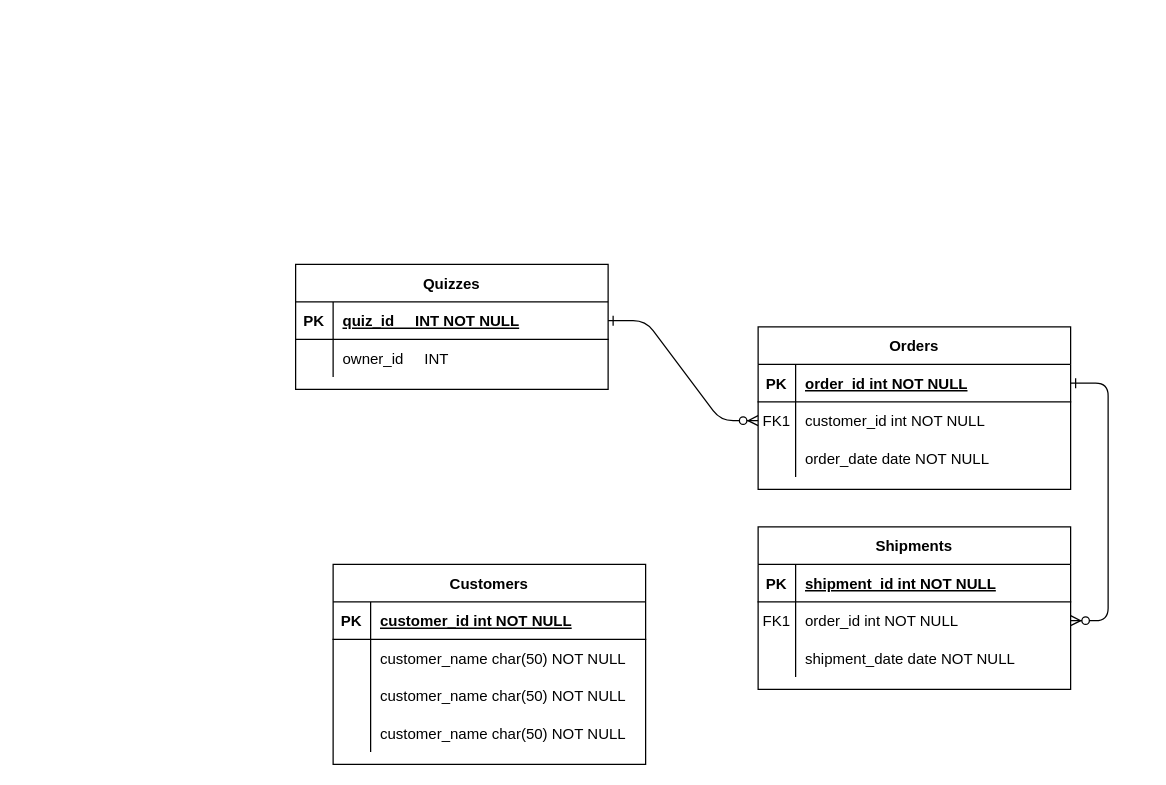
Before: Untitled Diagram.drawio in Mveer100/LightBnB, a draw.io diagram. Source tidied: cells renumbered, new cells numbered last; positions are measured from the earlier drawing's top-left corner, leaving out a move shared by most shapes. Both pictures are drawn from the tidied source at 125%, with x=0, y=0 at pixel (295, 264).
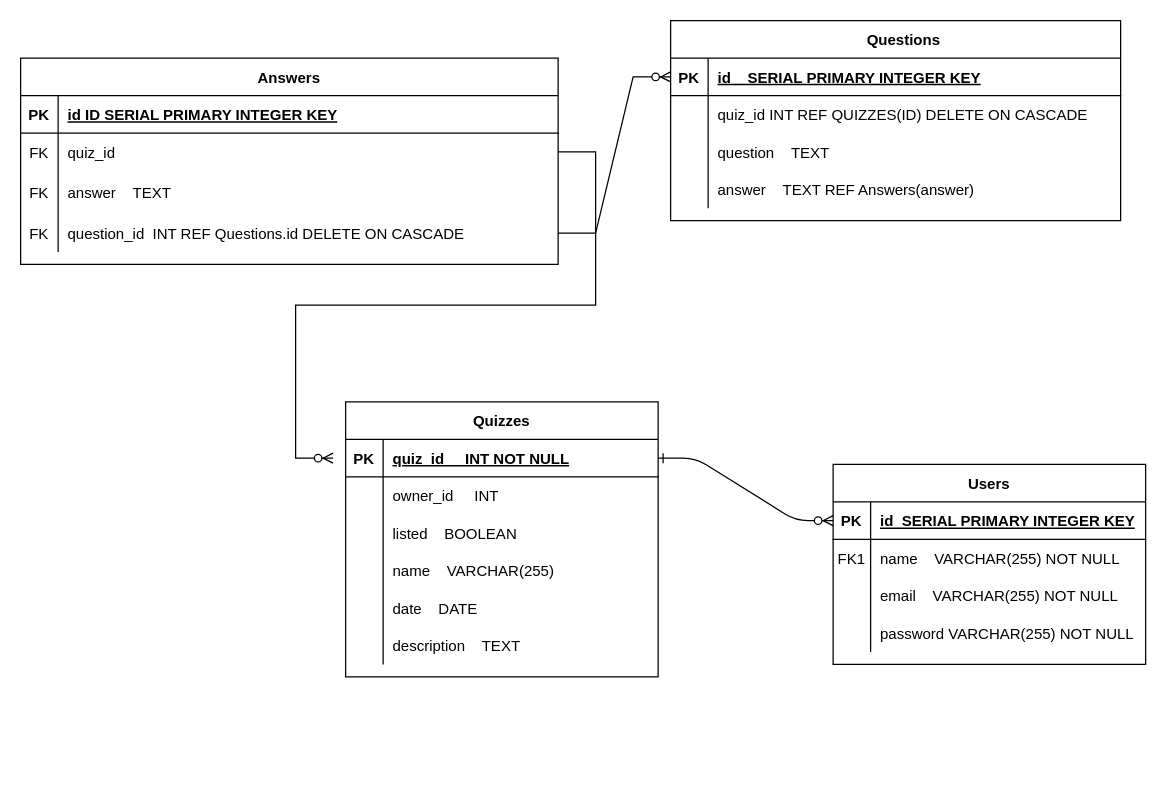
The same diagram, later.

The change refers to these unchanged cells:
```xml
<mxCell id="5" style="shape=partialRectangle;fillColor=none;points=[[0,0.5],[1,0.5]];portConstraint=eastwest;top=0;left=0;right=0;bottom=1;" parent="4" vertex="1">
  <mxGeometry y="30" width="250" height="30" as="geometry" />
</mxCell>
<mxCell id="8" style="shape=partialRectangle;fillColor=none;points=[[0,0.5],[1,0.5]];portConstraint=eastwest;top=0;left=0;right=0;bottom=0;" parent="4" vertex="1">
  <mxGeometry y="60" width="250" height="30" as="geometry" />
</mxCell>
<mxCell id="25" style="shape=partialRectangle;fillColor=none;points=[[0,0.5],[1,0.5]];portConstraint=eastwest;top=0;left=0;right=0;bottom=1;" parent="24" vertex="1">
  <mxGeometry y="30" width="250" height="30" as="geometry" />
</mxCell>
```

What changed in the source:
```diff
@@
-    <mxCell id="2" style="edgeStyle=entityRelationEdgeStyle;endArrow=ERzeroToMany;startArrow=ERone;endFill=1;startFill=0;" parent="1" edge="1" source="25" target="8">
+    <mxCell id="2" style="edgeStyle=entityRelationEdgeStyle;endArrow=ERzeroToMany;startArrow=ERone;endFill=1;startFill=0;entryX=0;entryY=0.5;entryDx=0;entryDy=0;" parent="1" edge="1" source="25" target="5">
       <mxGeometry relative="1" as="geometry" />
     </mxCell>
-    <mxCell id="3" style="edgeStyle=entityRelationEdgeStyle;endArrow=ERzeroToMany;startArrow=ERone;endFill=1;startFill=0;" parent="1" edge="1" source="5" target="18">
-      <mxGeometry relative="1" as="geometry" />
-    </mxCell>
-    <mxCell id="4" value="Orders" style="shape=table;startSize=30;childLayout=tableLayout;rowLines=0;fontStyle=1;align=center;" parent="1" vertex="1">
-      <mxGeometry x="370" y="50" width="250" height="130" as="geometry" />
+    <mxCell id="4" value="Users" style="shape=table;startSize=30;childLayout=tableLayout;rowLines=0;fontStyle=1;align=center;" parent="1" vertex="1">
+      <mxGeometry x="430" y="160" width="250" height="160" as="geometry" />
     </mxCell>
@@
-    <mxCell id="7" value="order_id int NOT NULL " style="shape=partialRectangle;overflow=hidden;fillColor=none;top=0;left=0;bottom=0;right=0;align=left;spacingLeft=6;fontStyle=5;" parent="5" vertex="1">
+    <mxCell id="7" value="id  SERIAL PRIMARY INTEGER KEY" style="shape=partialRectangle;overflow=hidden;fillColor=none;top=0;left=0;bottom=0;right=0;align=left;spacingLeft=6;fontStyle=5;" parent="5" vertex="1">
       <mxGeometry x="30" width="220" height="30" as="geometry" />
     </mxCell>
@@
-    <mxCell id="10" value="customer_id int NOT NULL" style="shape=partialRectangle;overflow=hidden;fillColor=none;top=0;left=0;bottom=0;right=0;align=left;spacingLeft=6;" parent="8" vertex="1">
+    <mxCell id="10" value="name    VARCHAR(255) NOT NULL" style="shape=partialRectangle;overflow=hidden;fillColor=none;top=0;left=0;bottom=0;right=0;align=left;spacingLeft=6;" parent="8" vertex="1">
       <mxGeometry x="30" width="220" height="30" as="geometry" />
     </mxCell>
+    <mxCell id="44" style="shape=partialRectangle;fillColor=none;top=0;left=0;right=0;bottom=0;" parent="4" vertex="1">
+      <mxGeometry y="90" width="250" height="30" as="geometry" />
+    </mxCell>
+    <mxCell id="45" style="shape=partialRectangle;overflow=hidden;fillColor=none;top=0;left=0;bottom=0;right=0;" parent="44" vertex="1">
+      <mxGeometry width="30" height="30" as="geometry" />
+    </mxCell>
+    <mxCell id="46" value="email    VARCHAR(255) NOT NULL " style="shape=partialRectangle;overflow=hidden;fillColor=none;top=0;left=0;bottom=0;right=0;align=left;spacingLeft=6;" parent="44" vertex="1">
+      <mxGeometry x="30" width="220" height="30" as="geometry" />
+    </mxCell>
     <mxCell id="11" style="shape=partialRectangle;fillColor=none;top=0;left=0;right=0;bottom=0;" parent="4" vertex="1">
-      <mxGeometry y="90" width="250" height="30" as="geometry" />
+      <mxGeometry y="120" width="250" height="30" as="geometry" />
     </mxCell>
@@
-    <mxCell id="13" value="order_date date NOT NULL" style="shape=partialRectangle;overflow=hidden;fillColor=none;top=0;left=0;bottom=0;right=0;align=left;spacingLeft=6;" parent="11" vertex="1">
+    <mxCell id="13" value="password VARCHAR(255) NOT NULL" style="shape=partialRectangle;overflow=hidden;fillColor=none;top=0;left=0;bottom=0;right=0;align=left;spacingLeft=6;" parent="11" vertex="1">
       <mxGeometry x="30" width="220" height="30" as="geometry" />
     </mxCell>
-    <mxCell id="14" value="Shipments" style="shape=table;startSize=30;childLayout=tableLayout;rowLines=0;fontStyle=1;align=center;" parent="1" vertex="1">
-      <mxGeometry x="370" y="210" width="250" height="130" as="geometry" />
+    <mxCell id="14" value="Answers" style="shape=table;startSize=30;childLayout=tableLayout;rowLines=0;fontStyle=1;align=center;" parent="1" vertex="1">
+      <mxGeometry x="-220" y="-165" width="430" height="165" as="geometry" />
     </mxCell>
     <mxCell id="15" style="shape=partialRectangle;fillColor=none;top=0;left=0;right=0;bottom=1;" parent="14" vertex="1">
-      <mxGeometry y="30" width="250" height="30" as="geometry" />
+      <mxGeometry y="30" width="430" height="30" as="geometry" />
     </mxCell>
@@
-    <mxCell id="17" value="shipment_id int NOT NULL " style="shape=partialRectangle;overflow=hidden;fillColor=none;top=0;left=0;bottom=0;right=0;align=left;spacingLeft=6;fontStyle=5;" parent="15" vertex="1">
-      <mxGeometry x="30" width="220" height="30" as="geometry" />
+    <mxCell id="17" value="id ID SERIAL PRIMARY INTEGER KEY" style="shape=partialRectangle;overflow=hidden;fillColor=none;top=0;left=0;bottom=0;right=0;align=left;spacingLeft=6;fontStyle=5;" parent="15" vertex="1">
+      <mxGeometry x="30" width="400" height="30" as="geometry" />
     </mxCell>
     <mxCell id="18" style="shape=partialRectangle;fillColor=none;points=[[0,0.5],[1,0.5]];portConstraint=eastwest;top=0;left=0;right=0;bottom=0;" parent="14" vertex="1">
-      <mxGeometry y="60" width="250" height="30" as="geometry" />
+      <mxGeometry y="60" width="430" height="30" as="geometry" />
     </mxCell>
-    <mxCell id="19" value="FK1" style="shape=partialRectangle;overflow=hidden;fillColor=none;top=0;left=0;bottom=0;right=0;" parent="18" vertex="1">
+    <mxCell id="19" value="FK" style="shape=partialRectangle;overflow=hidden;fillColor=none;top=0;left=0;bottom=0;right=0;" parent="18" vertex="1">
       <mxGeometry width="30" height="30" as="geometry" />
     </mxCell>
-    <mxCell id="20" value="order_id int NOT NULL" style="shape=partialRectangle;overflow=hidden;fillColor=none;top=0;left=0;bottom=0;right=0;align=left;spacingLeft=6;" parent="18" vertex="1">
-      <mxGeometry x="30" width="220" height="30" as="geometry" />
+    <mxCell id="20" value="quiz_id" style="shape=partialRectangle;overflow=hidden;fillColor=none;top=0;left=0;bottom=0;right=0;align=left;spacingLeft=6;" parent="18" vertex="1">
+      <mxGeometry x="30" width="400" height="30" as="geometry" />
     </mxCell>
     <mxCell id="21" style="shape=partialRectangle;fillColor=none;top=0;left=0;right=0;bottom=0;" parent="14" vertex="1">
-      <mxGeometry y="90" width="250" height="30" as="geometry" />
+      <mxGeometry y="90" width="430" height="35" as="geometry" />
     </mxCell>
-    <mxCell id="22" style="shape=partialRectangle;overflow=hidden;fillColor=none;top=0;left=0;bottom=0;right=0;" parent="21" vertex="1">
-      <mxGeometry width="30" height="30" as="geometry" />
+    <mxCell id="22" value="FK" style="shape=partialRectangle;overflow=hidden;fillColor=none;top=0;left=0;bottom=0;right=0;" parent="21" vertex="1">
+      <mxGeometry width="30" height="35" as="geometry" />
     </mxCell>
-    <mxCell id="23" value="shipment_date date NOT NULL" style="shape=partialRectangle;overflow=hidden;fillColor=none;top=0;left=0;bottom=0;right=0;align=left;spacingLeft=6;" parent="21" vertex="1">
-      <mxGeometry x="30" width="220" height="30" as="geometry" />
+    <mxCell id="23" value="answer    TEXT" style="shape=partialRectangle;overflow=hidden;fillColor=none;top=0;left=0;bottom=0;right=0;align=left;spacingLeft=6;" parent="21" vertex="1">
+      <mxGeometry x="30" width="400" height="35" as="geometry" />
     </mxCell>
+    <mxCell id="47" style="shape=partialRectangle;fillColor=none;points=[[0,0.5],[1,0.5]];portConstraint=eastwest;top=0;left=0;right=0;bottom=0;" parent="14" vertex="1">
+      <mxGeometry y="125" width="430" height="30" as="geometry" />
+    </mxCell>
+    <mxCell id="48" value="FK" style="shape=partialRectangle;overflow=hidden;fillColor=none;top=0;left=0;bottom=0;right=0;" parent="47" vertex="1">
+      <mxGeometry width="30" height="30" as="geometry" />
+    </mxCell>
+    <mxCell id="49" value="question_id  INT REF Questions.id DELETE ON CASCADE" style="shape=partialRectangle;overflow=hidden;fillColor=none;top=0;left=0;bottom=0;right=0;align=left;spacingLeft=6;" parent="47" vertex="1">
+      <mxGeometry x="30" width="400" height="30" as="geometry" />
+    </mxCell>
     <mxCell id="24" value="Quizzes" style="shape=table;startSize=30;childLayout=tableLayout;rowLines=0;fontStyle=1;align=center;" parent="1" vertex="1">
-      <mxGeometry width="250" height="100" as="geometry" />
+      <mxGeometry x="40" y="110" width="250" height="220" as="geometry" />
     </mxCell>
@@
+    <mxCell id="50" style="shape=partialRectangle;fillColor=none;top=0;left=0;right=0;bottom=0;" parent="24" vertex="1">
+      <mxGeometry y="90" width="250" height="30" as="geometry" />
+    </mxCell>
+    <mxCell id="51" style="shape=partialRectangle;overflow=hidden;fillColor=none;top=0;left=0;bottom=0;right=0;" parent="50" vertex="1">
+      <mxGeometry width="30" height="30" as="geometry" />
+    </mxCell>
+    <mxCell id="52" value="listed    BOOLEAN" style="shape=partialRectangle;overflow=hidden;fillColor=none;top=0;left=0;bottom=0;right=0;align=left;spacingLeft=6;fontStyle=0;" parent="50" vertex="1">
+      <mxGeometry x="30" width="220" height="30" as="geometry" />
+    </mxCell>
+    <mxCell id="53" style="shape=partialRectangle;fillColor=none;top=0;left=0;right=0;bottom=0;" parent="24" vertex="1">
+      <mxGeometry y="120" width="250" height="30" as="geometry" />
+    </mxCell>
+    <mxCell id="54" style="shape=partialRectangle;overflow=hidden;fillColor=none;top=0;left=0;bottom=0;right=0;" parent="53" vertex="1">
+      <mxGeometry width="30" height="30" as="geometry" />
+    </mxCell>
+    <mxCell id="55" value="name    VARCHAR(255)" style="shape=partialRectangle;overflow=hidden;fillColor=none;top=0;left=0;bottom=0;right=0;align=left;spacingLeft=6;fontStyle=0;" parent="53" vertex="1">
+      <mxGeometry x="30" width="220" height="30" as="geometry" />
+    </mxCell>
+    <mxCell id="56" style="shape=partialRectangle;fillColor=none;top=0;left=0;right=0;bottom=0;" parent="24" vertex="1">
+      <mxGeometry y="150" width="250" height="30" as="geometry" />
+    </mxCell>
+    <mxCell id="57" style="shape=partialRectangle;overflow=hidden;fillColor=none;top=0;left=0;bottom=0;right=0;" parent="56" vertex="1">
+      <mxGeometry width="30" height="30" as="geometry" />
+    </mxCell>
+    <mxCell id="58" value="date    DATE" style="shape=partialRectangle;overflow=hidden;fillColor=none;top=0;left=0;bottom=0;right=0;align=left;spacingLeft=6;fontStyle=0;" parent="56" vertex="1">
+      <mxGeometry x="30" width="220" height="30" as="geometry" />
+    </mxCell>
+    <mxCell id="59" style="shape=partialRectangle;fillColor=none;top=0;left=0;right=0;bottom=0;" parent="24" vertex="1">
+      <mxGeometry y="180" width="250" height="30" as="geometry" />
+    </mxCell>
+    <mxCell id="60" style="shape=partialRectangle;overflow=hidden;fillColor=none;top=0;left=0;bottom=0;right=0;" parent="59" vertex="1">
+      <mxGeometry width="30" height="30" as="geometry" />
+    </mxCell>
+    <mxCell id="61" value="description    TEXT" style="shape=partialRectangle;overflow=hidden;fillColor=none;top=0;left=0;bottom=0;right=0;align=left;spacingLeft=6;fontStyle=0;" parent="59" vertex="1">
+      <mxGeometry x="30" width="220" height="30" as="geometry" />
+    </mxCell>
-    <mxCell id="31" value="Customers" style="shape=table;startSize=30;childLayout=tableLayout;rowLines=0;fontStyle=1;align=center;" parent="1" vertex="1">
-      <mxGeometry x="30" y="240" width="250" height="160" as="geometry" />
+    <mxCell id="31" value="    Questions" style="shape=table;startSize=30;childLayout=tableLayout;rowLines=0;fontStyle=1;align=center;" parent="1" vertex="1">
+      <mxGeometry x="300" y="-195" width="360" height="160" as="geometry" />
     </mxCell>
     <mxCell id="32" style="shape=partialRectangle;fillColor=none;points=[[0,0.5],[1,0.5]];portConstraint=eastwest;top=0;left=0;right=0;bottom=1;" parent="31" vertex="1">
-      <mxGeometry y="30" width="250" height="30" as="geometry" />
+      <mxGeometry y="30" width="360" height="30" as="geometry" />
     </mxCell>
@@
-    <mxCell id="34" value="customer_id int NOT NULL " style="shape=partialRectangle;overflow=hidden;fillColor=none;top=0;left=0;bottom=0;right=0;align=left;spacingLeft=6;fontStyle=5;" parent="32" vertex="1">
-      <mxGeometry x="30" width="220" height="30" as="geometry" />
+    <mxCell id="34" value="id    SERIAL PRIMARY INTEGER KEY" style="shape=partialRectangle;overflow=hidden;fillColor=none;top=0;left=0;bottom=0;right=0;align=left;spacingLeft=6;fontStyle=5;" parent="32" vertex="1">
+      <mxGeometry x="30" width="330" height="30" as="geometry" />
     </mxCell>
     <mxCell id="35" style="shape=partialRectangle;fillColor=none;top=0;left=0;right=0;bottom=0;" parent="31" vertex="1">
-      <mxGeometry y="60" width="250" height="30" as="geometry" />
+      <mxGeometry y="60" width="360" height="30" as="geometry" />
     </mxCell>
@@
-    <mxCell id="37" value="customer_name char(50) NOT NULL" style="shape=partialRectangle;overflow=hidden;fillColor=none;top=0;left=0;bottom=0;right=0;align=left;spacingLeft=6;" parent="35" vertex="1">
-      <mxGeometry x="30" width="220" height="30" as="geometry" />
+    <mxCell id="37" value="quiz_id INT REF QUIZZES(ID) DELETE ON CASCADE" style="shape=partialRectangle;overflow=hidden;fillColor=none;top=0;left=0;bottom=0;right=0;align=left;spacingLeft=6;" parent="35" vertex="1">
+      <mxGeometry x="30" width="330" height="30" as="geometry" />
     </mxCell>
     <mxCell id="38" style="shape=partialRectangle;fillColor=none;top=0;left=0;right=0;bottom=0;" parent="31" vertex="1">
-      <mxGeometry y="90" width="250" height="30" as="geometry" />
+      <mxGeometry y="90" width="360" height="30" as="geometry" />
     </mxCell>
@@
-    <mxCell id="40" value="customer_name char(50) NOT NULL" style="shape=partialRectangle;overflow=hidden;fillColor=none;top=0;left=0;bottom=0;right=0;align=left;spacingLeft=6;" parent="38" vertex="1">
-      <mxGeometry x="30" width="220" height="30" as="geometry" />
+    <mxCell id="40" value="question    TEXT" style="shape=partialRectangle;overflow=hidden;fillColor=none;top=0;left=0;bottom=0;right=0;align=left;spacingLeft=6;" parent="38" vertex="1">
+      <mxGeometry x="30" width="330" height="30" as="geometry" />
     </mxCell>
     <mxCell id="41" style="shape=partialRectangle;fillColor=none;top=0;left=0;right=0;bottom=0;" parent="31" vertex="1">
-      <mxGeometry y="120" width="250" height="30" as="geometry" />
+      <mxGeometry y="120" width="360" height="30" as="geometry" />
     </mxCell>
@@
-    <mxCell id="43" value="customer_name char(50) NOT NULL" style="shape=partialRectangle;overflow=hidden;fillColor=none;top=0;left=0;bottom=0;right=0;align=left;spacingLeft=6;" parent="41" vertex="1">
-      <mxGeometry x="30" width="220" height="30" as="geometry" />
+    <mxCell id="43" value="answer    TEXT REF Answers(answer)" style="shape=partialRectangle;overflow=hidden;fillColor=none;top=0;left=0;bottom=0;right=0;align=left;spacingLeft=6;" parent="41" vertex="1">
+      <mxGeometry x="30" width="330" height="30" as="geometry" />
     </mxCell>
+    <mxCell id="62" style="edgeStyle=entityRelationEdgeStyle;fontSize=12;html=1;endArrow=ERzeroToMany;endFill=1;rounded=0;entryX=0;entryY=0.5;entryDx=0;entryDy=0;" parent="1" edge="1" source="47" target="32">
+      <mxGeometry relative="1" as="geometry" />
+    </mxCell>
+    <mxCell id="63" style="edgeStyle=entityRelationEdgeStyle;fontSize=12;html=1;endArrow=ERzeroToMany;endFill=1;rounded=0;" parent="1" edge="1" source="18">
+      <mxGeometry relative="1" as="geometry">
+        <mxPoint x="30" y="155" as="targetPoint" />
+      </mxGeometry>
+    </mxCell>
```
